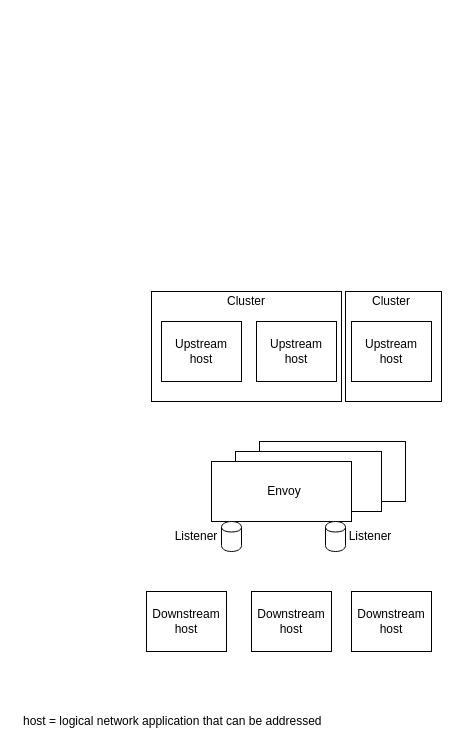
Earlier version of the draw.io diagram doc/envoy.drawio (domdom82/cf4k8s-networking). Source tidied: cells renumbered, new cells numbered last; positions are measured from the earlier drawing's top-left corner, leaving out a move shared by most shapes. Both pictures are drawn from the tidied source at 100%, with x=0, y=0 at pixel (21, 291).
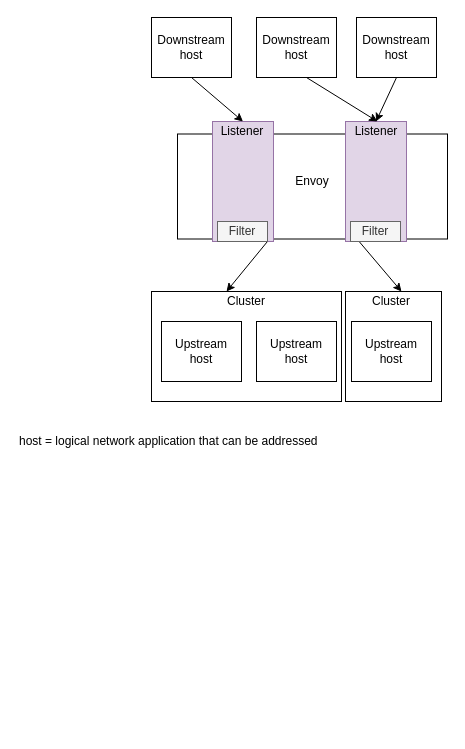
After the change.

Commit message (it also covers changes not shown here):
Refine the envoy picture

Unchanged cells that the change refers to:
```xml
<mxCell id="14" value="Cluster" style="text;html=1;strokeColor=none;fillColor=none;align=center;verticalAlign=middle;whiteSpace=wrap;rounded=0;" parent="1" vertex="1">
  <mxGeometry x="205" width="40" height="20" as="geometry" />
</mxCell>
<mxCell id="21" value="Cluster" style="text;html=1;strokeColor=none;fillColor=none;align=center;verticalAlign=middle;whiteSpace=wrap;rounded=0;" parent="1" vertex="1">
  <mxGeometry x="350" width="40" height="20" as="geometry" />
</mxCell>
```

Change to the diagram source:
```diff
@@
-    <mxCell id="2" style="rounded=0;whiteSpace=wrap;html=1;" parent="1" vertex="1">
-      <mxGeometry x="238" y="150" width="146" height="60" as="geometry" />
-    </mxCell>
-    <mxCell id="3" style="rounded=0;whiteSpace=wrap;html=1;" parent="1" vertex="1">
-      <mxGeometry x="214" y="160" width="146" height="60" as="geometry" />
-    </mxCell>
+    <mxCell id="27" style="rounded=0;whiteSpace=wrap;html=1;" parent="1" vertex="1">
+      <mxGeometry x="201" y="-155" width="31" height="15" as="geometry" />
+    </mxCell>
@@
     <mxCell id="6" style="rounded=0;whiteSpace=wrap;html=1;" parent="1" vertex="1">
-      <mxGeometry x="190" y="170" width="140" height="60" as="geometry" />
+      <mxGeometry x="156" y="-157.5" width="270" height="105" as="geometry" />
     </mxCell>
     <mxCell id="7" value="Envoy" style="text;html=1;strokeColor=none;fillColor=none;align=center;verticalAlign=middle;whiteSpace=wrap;rounded=0;" parent="1" vertex="1">
-      <mxGeometry x="243" y="190" width="40" height="20" as="geometry" />
+      <mxGeometry x="271" y="-120" width="40" height="20" as="geometry" />
     </mxCell>
@@
     <mxCell id="15" style="rounded=0;whiteSpace=wrap;html=1;" parent="1" vertex="1">
-      <mxGeometry x="125" y="300" width="80" height="60" as="geometry" />
+      <mxGeometry x="130" y="-274" width="80" height="60" as="geometry" />
     </mxCell>
     <mxCell id="16" style="rounded=0;whiteSpace=wrap;html=1;" parent="1" vertex="1">
-      <mxGeometry x="230" y="300" width="80" height="60" as="geometry" />
+      <mxGeometry x="235" y="-274" width="80" height="60" as="geometry" />
     </mxCell>
     <mxCell id="17" style="rounded=0;whiteSpace=wrap;html=1;" parent="1" vertex="1">
-      <mxGeometry x="330" y="300" width="80" height="60" as="geometry" />
+      <mxGeometry x="335" y="-274" width="80" height="60" as="geometry" />
     </mxCell>
     <mxCell id="18" value="Downstream host" style="text;html=1;strokeColor=none;fillColor=none;align=center;verticalAlign=middle;whiteSpace=wrap;rounded=0;" parent="1" vertex="1">
-      <mxGeometry x="145" y="300" width="40" height="60" as="geometry" />
+      <mxGeometry x="150" y="-274" width="40" height="60" as="geometry" />
     </mxCell>
     <mxCell id="19" value="Downstream host" style="text;html=1;strokeColor=none;fillColor=none;align=center;verticalAlign=middle;whiteSpace=wrap;rounded=0;" parent="1" vertex="1">
-      <mxGeometry x="250" y="300" width="40" height="60" as="geometry" />
+      <mxGeometry x="255" y="-274" width="40" height="60" as="geometry" />
     </mxCell>
     <mxCell id="20" value="Downstream host" style="text;html=1;strokeColor=none;fillColor=none;align=center;verticalAlign=middle;whiteSpace=wrap;rounded=0;" parent="1" vertex="1">
-      <mxGeometry x="350" y="300" width="40" height="60" as="geometry" />
+      <mxGeometry x="355" y="-274" width="40" height="60" as="geometry" />
     </mxCell>
@@
-    <mxCell id="22" style="shape=cylinder;whiteSpace=wrap;html=1;boundedLbl=1;backgroundOutline=1;" parent="1" vertex="1">
-      <mxGeometry x="200" y="230" width="20" height="30" as="geometry" />
-    </mxCell>
-    <mxCell id="23" style="shape=cylinder;whiteSpace=wrap;html=1;boundedLbl=1;backgroundOutline=1;" parent="1" vertex="1">
-      <mxGeometry x="304" y="230" width="20" height="30" as="geometry" />
-    </mxCell>
-    <mxCell id="24" value="Listener" style="text;html=1;strokeColor=none;fillColor=none;align=center;verticalAlign=middle;whiteSpace=wrap;rounded=0;" parent="1" vertex="1">
-      <mxGeometry x="329" y="235" width="40" height="20" as="geometry" />
-    </mxCell>
-    <mxCell id="25" value="Listener" style="text;html=1;strokeColor=none;fillColor=none;align=center;verticalAlign=middle;whiteSpace=wrap;rounded=0;" parent="1" vertex="1">
-      <mxGeometry x="155" y="235" width="40" height="20" as="geometry" />
-    </mxCell>
     <mxCell id="26" value="host = logical network application that can be addressed&amp;nbsp;" style="text;html=1;strokeColor=none;fillColor=none;align=left;verticalAlign=middle;whiteSpace=wrap;rounded=0;" parent="1" vertex="1">
-      <mxGeometry y="420" width="390" height="20" as="geometry" />
+      <mxGeometry x="-4" y="140" width="390" height="20" as="geometry" />
     </mxCell>
+    <mxCell id="28" style="endArrow=classic;html=1;entryX=0;entryY=0;entryDx=0;entryDy=0;" parent="1" edge="1" source="6" target="14">
+      <mxGeometry relative="1" as="geometry" />
+    </mxCell>
+    <mxCell id="29" style="endArrow=classic;html=1;entryX=0.75;entryY=0;entryDx=0;entryDy=0;" parent="1" edge="1" source="6" target="21">
+      <mxGeometry relative="1" as="geometry" />
+    </mxCell>
+    <mxCell id="30" style="rounded=0;whiteSpace=wrap;html=1;fillColor=#e1d5e7;strokeColor=#9673a6;" parent="1" vertex="1">
+      <mxGeometry x="191" y="-170" width="61" height="120" as="geometry" />
+    </mxCell>
+    <mxCell id="31" value="Filter" style="rounded=0;whiteSpace=wrap;html=1;fillColor=#f5f5f5;strokeColor=#666666;fontColor=#333333;" parent="1" vertex="1">
+      <mxGeometry x="196" y="-70" width="50" height="20" as="geometry" />
+    </mxCell>
+    <mxCell id="32" style="rounded=0;whiteSpace=wrap;html=1;" parent="1" vertex="1">
+      <mxGeometry x="334" y="-155" width="31" height="15" as="geometry" />
+    </mxCell>
+    <mxCell id="33" style="rounded=0;whiteSpace=wrap;html=1;fillColor=#e1d5e7;strokeColor=#9673a6;" parent="1" vertex="1">
+      <mxGeometry x="324" y="-170" width="61" height="120" as="geometry" />
+    </mxCell>
+    <mxCell id="34" value="Filter" style="rounded=0;whiteSpace=wrap;html=1;fillColor=#f5f5f5;strokeColor=#666666;fontColor=#333333;" parent="1" vertex="1">
+      <mxGeometry x="329" y="-70" width="50" height="20" as="geometry" />
+    </mxCell>
+    <mxCell id="35" value="Listener" style="text;html=1;strokeColor=none;fillColor=none;align=center;verticalAlign=middle;whiteSpace=wrap;rounded=0;" parent="1" vertex="1">
+      <mxGeometry x="201" y="-170" width="40" height="20" as="geometry" />
+    </mxCell>
+    <mxCell id="36" value="Listener" style="text;html=1;strokeColor=none;fillColor=none;align=center;verticalAlign=middle;whiteSpace=wrap;rounded=0;" parent="1" vertex="1">
+      <mxGeometry x="334.5" y="-170" width="40" height="20" as="geometry" />
+    </mxCell>
+    <mxCell id="37" style="endArrow=classic;html=1;exitX=0.5;exitY=1;exitDx=0;exitDy=0;entryX=0.5;entryY=0;entryDx=0;entryDy=0;" parent="1" edge="1" source="20" target="36">
+      <mxGeometry relative="1" as="geometry" />
+    </mxCell>
+    <mxCell id="38" style="endArrow=classic;html=1;exitX=0.75;exitY=1;exitDx=0;exitDy=0;" parent="1" edge="1" source="19">
+      <mxGeometry relative="1" as="geometry">
+        <mxPoint x="356" y="-170" as="targetPoint" />
+      </mxGeometry>
+    </mxCell>
+    <mxCell id="39" style="endArrow=classic;html=1;exitX=0.5;exitY=1;exitDx=0;exitDy=0;entryX=0.5;entryY=0;entryDx=0;entryDy=0;" parent="1" edge="1" source="18" target="30">
+      <mxGeometry relative="1" as="geometry" />
+    </mxCell>
```
